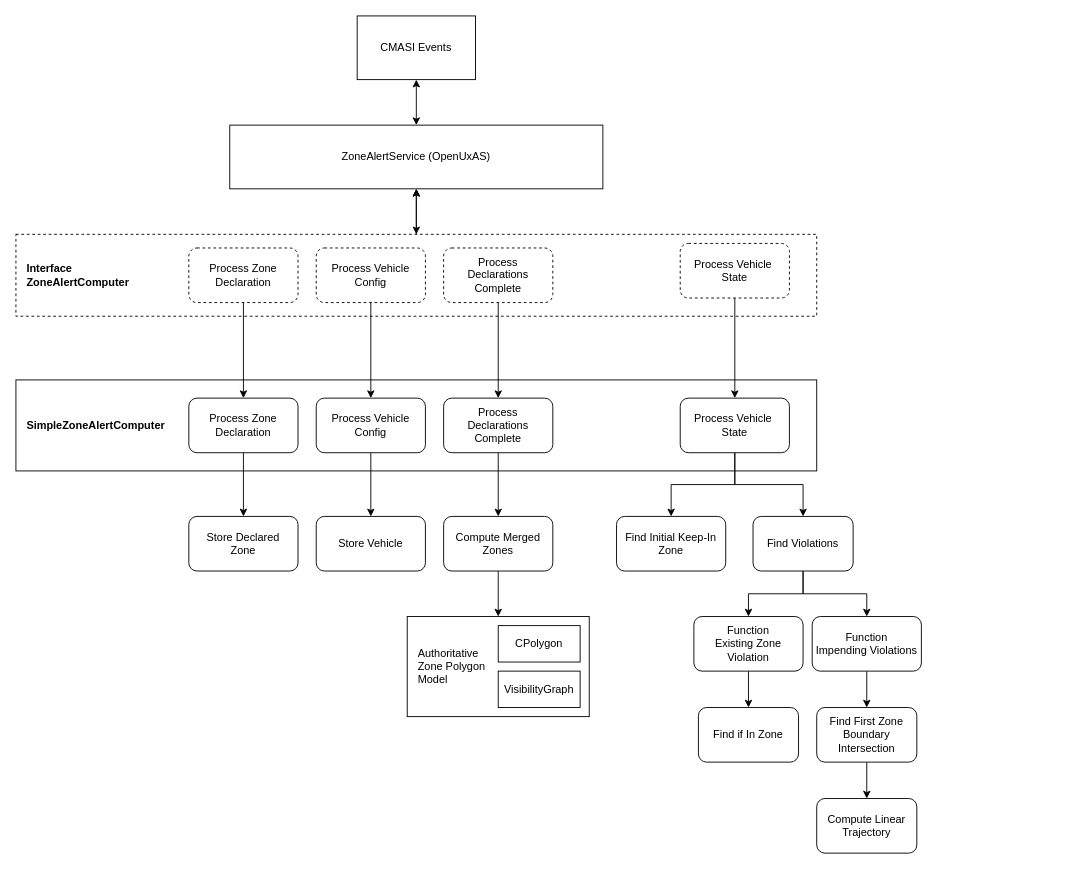
Earlier version of the draw.io diagram doc/assurance/ZoneAlertService/3-Specification/B-Design/basicArchitecture.drawio (jrowanhill/OpenUxAS-ZoneAlert). Source tidied: cells renumbered, new cells numbered last; positions are measured from the earlier drawing's top-left corner, leaving out a move shared by most shapes. Both pictures are drawn from the tidied source at 91%, with x=0, y=0 at pixel (15, 15).
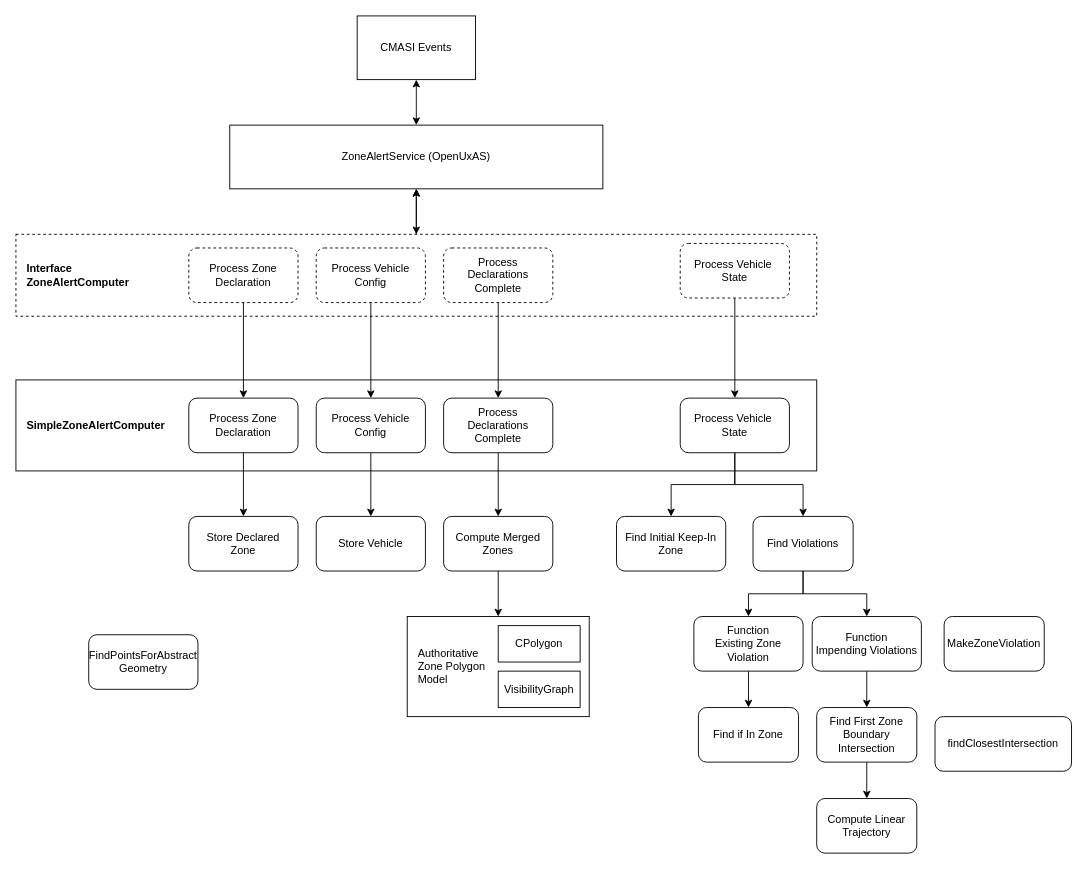
The same diagram, later.

What changed in the source:
```diff
@@
+    <mxCell id="46" value="MakeZoneViolation" style="rounded=1;whiteSpace=wrap;html=1;" parent="1" vertex="1">
+      <mxGeometry x="1020" y="660" width="110" height="60" as="geometry" />
+    </mxCell>
+    <mxCell id="47" value="&lt;div&gt;FindPointsForAbstract&lt;/div&gt;&lt;div&gt;Geometry&lt;/div&gt;" style="rounded=1;whiteSpace=wrap;html=1;" parent="1" vertex="1">
+      <mxGeometry x="80" y="680" width="120" height="60" as="geometry" />
+    </mxCell>
+    <mxCell id="48" value="&lt;div&gt;findClosestIntersection&lt;/div&gt;" style="rounded=1;whiteSpace=wrap;html=1;" parent="1" vertex="1">
+      <mxGeometry x="1010" y="770" width="150" height="60" as="geometry" />
+    </mxCell>
```
